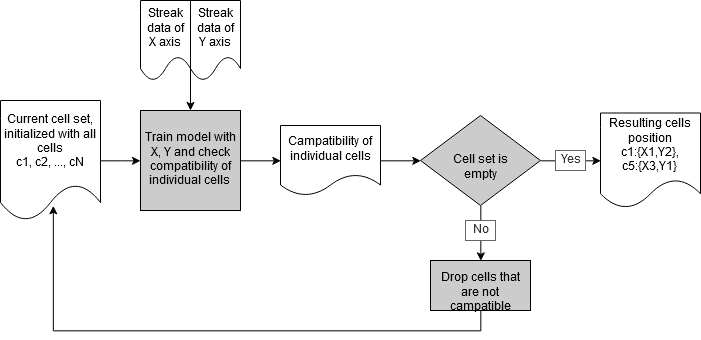
Above: docs/spatial_location_diagram.png in charliex210/charliex210.github.io (draw.io), before the change. Source tidied: cells renumbered, new cells last; positions are measured from the earlier drawing's top-left corner, leaving out a move shared by most shapes.
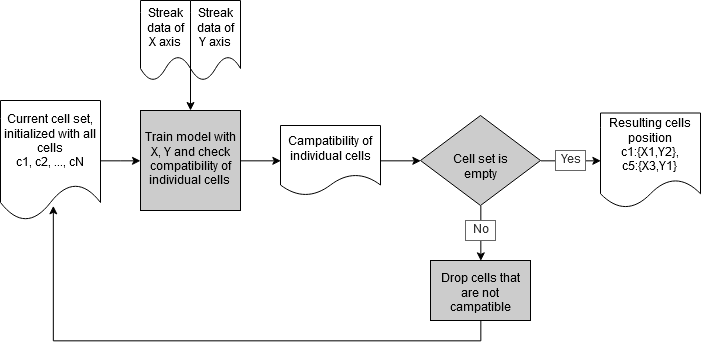
The same file after the commit.

Diff of the diagram source:
```diff
@@ -35,8 +35,8 @@
     <mxCell id="12" style="edgeStyle=orthogonalEdgeStyle;rounded=0;jettySize=auto;html=1;exitX=0.5;exitY=1;exitDx=0;exitDy=0;entryX=0.53;entryY=0.875;entryDx=0;entryDy=0;entryPerimeter=0;" parent="1" edge="1" source="13" target="3">
       <mxGeometry relative="1" as="geometry" />
     </mxCell>
-    <mxCell id="13" value="Drop cells that are not campatible" style="rounded=0;whiteSpace=wrap;html=1;shadow=0;fillColor=#CCCCCC;verticalAlign=middle;horizontal=1;spacing=2;spacingTop=0;" parent="1" vertex="1">
-      <mxGeometry x="430" y="260" width="100" height="50" as="geometry" />
+    <mxCell id="13" value="Drop cells that are not campatible" style="rounded=0;whiteSpace=wrap;html=1;shadow=0;fillColor=#CCCCCC;verticalAlign=middle;horizontal=1;spacing=2;spacingTop=-8;" parent="1" vertex="1">
+      <mxGeometry x="430" y="260" width="100" height="60" as="geometry" />
     </mxCell>
     <mxCell id="14" style="group;" parent="1" vertex="1">
       <mxGeometry x="140" width="100" height="80" as="geometry" />
```
